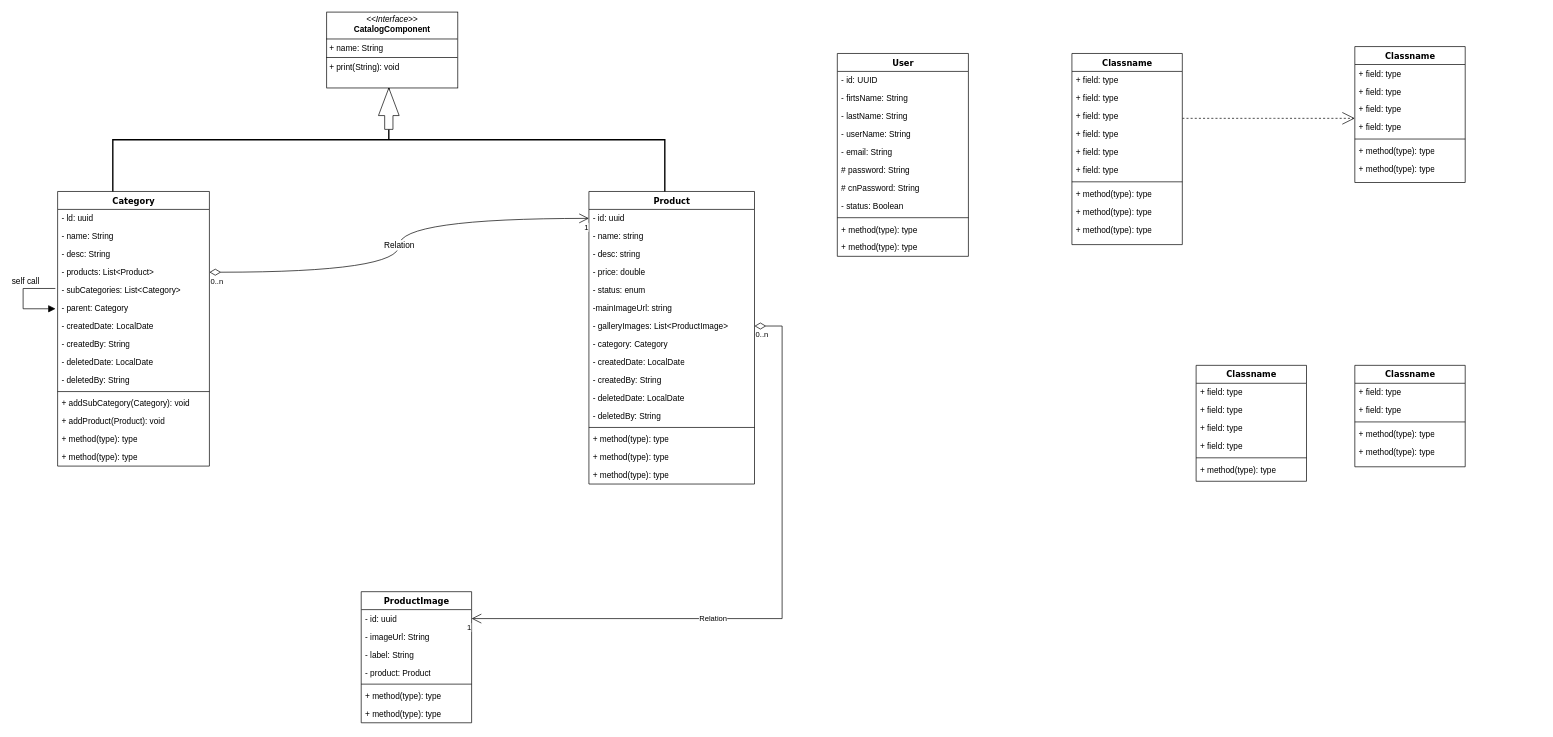
Before: ecom.drawio in fardeenhsiddiqui/design-pattern, a draw.io diagram. Source tidied: cells renumbered, new cells numbered last; positions are measured from the earlier drawing's top-left corner, leaving out a move shared by most shapes. Both pictures are drawn from the tidied source at 69%, with x=0, y=0 at pixel (23, 12).
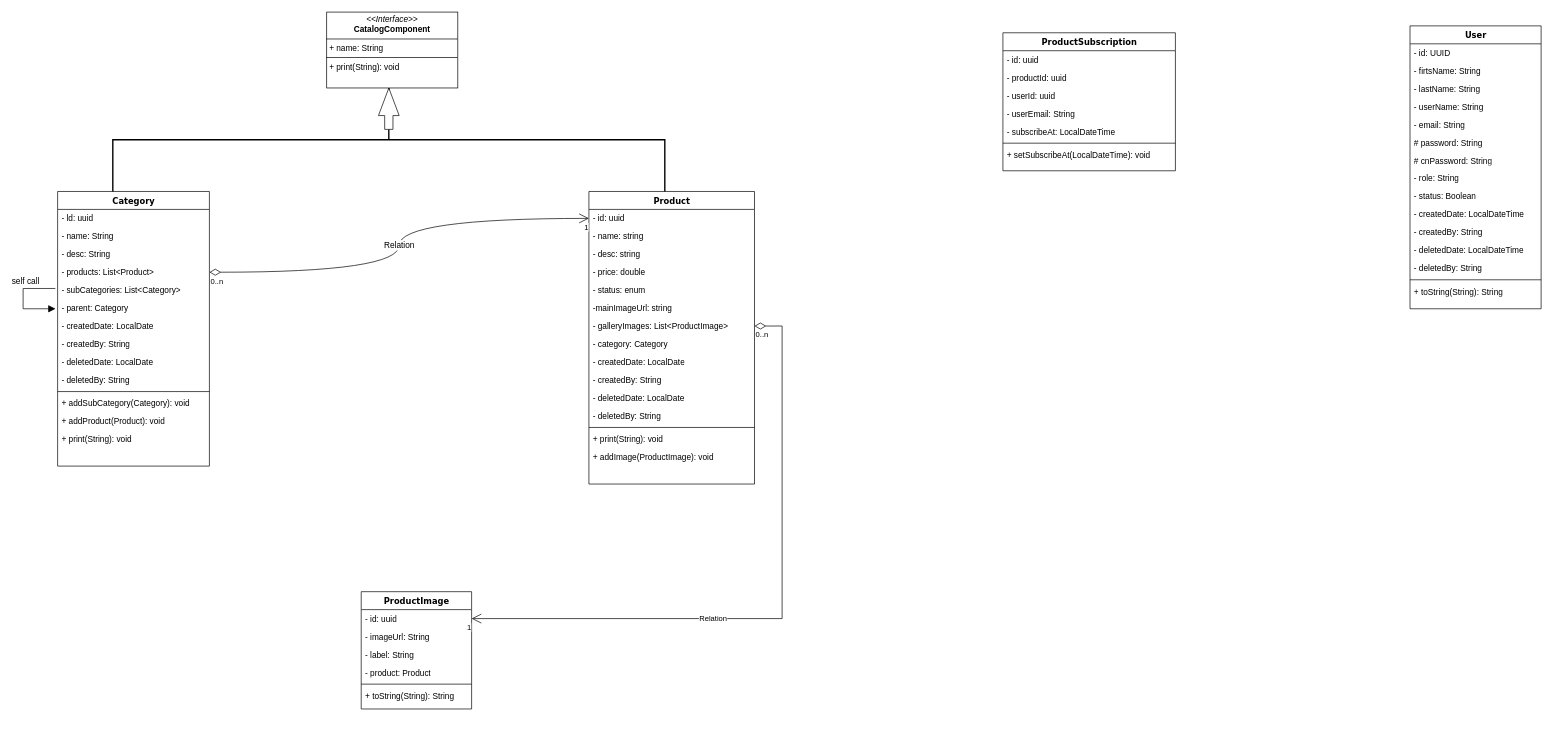
After the change.

Unchanged cells that the change refers to:
```xml
<mxCell id="34" value="Product" style="swimlane;html=1;fontStyle=1;align=center;verticalAlign=top;horizontal=1;startSize=26;swimlaneFillColor=#ffffff;rounded=0;shadow=0;comic=0;labelBackgroundColor=none;strokeWidth=1;fillColor=none;fontFamily=Verdana;fontSize=12;" parent="1" vertex="1">
  <mxGeometry x="820" y="260" width="240" height="424" as="geometry" />
</mxCell>
<mxCell id="51" value="Category" style="swimlane;html=1;fontStyle=1;align=center;verticalAlign=top;horizontal=1;startSize=26;swimlaneFillColor=#ffffff;rounded=0;shadow=0;comic=0;labelBackgroundColor=none;strokeWidth=1;fillColor=none;fontFamily=Verdana;fontSize=12;" parent="1" vertex="1">
  <mxGeometry x="50" y="260" width="220" height="398" as="geometry" />
</mxCell>
```

Change to the diagram source:
```diff
@@
     <mxCell id="2" value="User" style="swimlane;html=1;fontStyle=1;align=center;verticalAlign=top;horizontal=1;startSize=26;swimlaneFillColor=#ffffff;rounded=0;shadow=0;comic=0;labelBackgroundColor=none;strokeWidth=1;fillColor=none;fontFamily=Verdana;fontSize=12;" parent="1" vertex="1">
-      <mxGeometry x="1180" y="60" width="190" height="294" as="geometry" />
+      <mxGeometry x="2010" y="20" width="190" height="410" as="geometry" />
     </mxCell>
@@
+    <mxCell id="98" value="- role: String" style="text;html=1;strokeColor=none;fillColor=none;align=left;verticalAlign=top;spacingLeft=4;spacingRight=4;whiteSpace=wrap;overflow=hidden;" parent="2" vertex="1">
+      <mxGeometry y="208" width="190" height="26" as="geometry" />
+    </mxCell>
     <mxCell id="10" value="- status: Boolean" style="text;html=1;strokeColor=none;fillColor=none;align=left;verticalAlign=top;spacingLeft=4;spacingRight=4;whiteSpace=wrap;overflow=hidden;" parent="2" vertex="1">
-      <mxGeometry y="208" width="190" height="26" as="geometry" />
+      <mxGeometry y="234" width="190" height="26" as="geometry" />
     </mxCell>
+    <mxCell id="99" value="- createdDate: LocalDateTime" style="text;html=1;strokeColor=none;fillColor=none;align=left;verticalAlign=top;spacingLeft=4;spacingRight=4;whiteSpace=wrap;overflow=hidden;" parent="2" vertex="1">
+      <mxGeometry y="260" width="190" height="26" as="geometry" />
+    </mxCell>
+    <mxCell id="100" value="- createdBy: String" style="text;html=1;strokeColor=none;fillColor=none;align=left;verticalAlign=top;spacingLeft=4;spacingRight=4;whiteSpace=wrap;overflow=hidden;" parent="2" vertex="1">
+      <mxGeometry y="286" width="190" height="26" as="geometry" />
+    </mxCell>
+    <mxCell id="101" value="- deletedDate: LocalDateTime" style="text;html=1;strokeColor=none;fillColor=none;align=left;verticalAlign=top;spacingLeft=4;spacingRight=4;whiteSpace=wrap;overflow=hidden;" parent="2" vertex="1">
+      <mxGeometry y="312" width="190" height="26" as="geometry" />
+    </mxCell>
+    <mxCell id="102" value="- deletedBy: String" style="text;html=1;strokeColor=none;fillColor=none;align=left;verticalAlign=top;spacingLeft=4;spacingRight=4;whiteSpace=wrap;overflow=hidden;" parent="2" vertex="1">
+      <mxGeometry y="338" width="190" height="26" as="geometry" />
+    </mxCell>
     <mxCell id="11" style="line;html=1;strokeWidth=1;fillColor=none;align=left;verticalAlign=middle;spacingTop=-1;spacingLeft=3;spacingRight=3;labelPosition=right;" parent="2" vertex="1">
-      <mxGeometry y="234" width="190" height="8" as="geometry" />
+      <mxGeometry y="364" width="190" height="8" as="geometry" />
     </mxCell>
-    <mxCell id="12" value="+ method(type): type" style="text;html=1;strokeColor=none;fillColor=none;align=left;verticalAlign=top;spacingLeft=4;spacingRight=4;whiteSpace=wrap;overflow=hidden;" parent="2" vertex="1">
-      <mxGeometry y="242" width="190" height="26" as="geometry" />
+    <mxCell id="12" value="+ toString(String): String" style="text;html=1;strokeColor=none;fillColor=none;align=left;verticalAlign=top;spacingLeft=4;spacingRight=4;whiteSpace=wrap;overflow=hidden;" parent="2" vertex="1">
+      <mxGeometry y="372" width="190" height="26" as="geometry" />
     </mxCell>
-    <mxCell id="13" value="+ method(type): type" style="text;html=1;strokeColor=none;fillColor=none;align=left;verticalAlign=top;spacingLeft=4;spacingRight=4;whiteSpace=wrap;overflow=hidden;" parent="2" vertex="1">
-      <mxGeometry y="268" width="190" height="26" as="geometry" />
-    </mxCell>
-    <mxCell id="14" style="edgeStyle=elbowEdgeStyle;html=1;labelBackgroundColor=none;startFill=0;startSize=8;endArrow=open;endFill=0;endSize=16;fontFamily=Verdana;fontSize=12;elbow=vertical;dashed=1;" parent="1" edge="1" source="15" target="26">
-      <mxGeometry relative="1" as="geometry" />
-    </mxCell>
-    <mxCell id="15" value="Classname" style="swimlane;html=1;fontStyle=1;align=center;verticalAlign=top;horizontal=1;startSize=26;swimlaneFillColor=#ffffff;rounded=0;shadow=0;comic=0;labelBackgroundColor=none;strokeWidth=1;fillColor=none;fontFamily=Verdana;fontSize=12;" parent="1" vertex="1">
-      <mxGeometry x="1520" y="60" width="160" height="277" as="geometry" />
-    </mxCell>
-    <mxCell id="16" value="+ field: type" style="text;html=1;strokeColor=none;fillColor=none;align=left;verticalAlign=top;spacingLeft=4;spacingRight=4;whiteSpace=wrap;overflow=hidden;" parent="15" vertex="1">
-      <mxGeometry y="26" width="160" height="26" as="geometry" />
-    </mxCell>
-    <mxCell id="17" value="+ field: type" style="text;html=1;strokeColor=none;fillColor=none;align=left;verticalAlign=top;spacingLeft=4;spacingRight=4;whiteSpace=wrap;overflow=hidden;" parent="15" vertex="1">
-      <mxGeometry y="52" width="160" height="26" as="geometry" />
-    </mxCell>
-    <mxCell id="18" value="+ field: type" style="text;html=1;strokeColor=none;fillColor=none;align=left;verticalAlign=top;spacingLeft=4;spacingRight=4;whiteSpace=wrap;overflow=hidden;" parent="15" vertex="1">
-      <mxGeometry y="78" width="160" height="26" as="geometry" />
-    </mxCell>
-    <mxCell id="19" value="+ field: type" style="text;html=1;strokeColor=none;fillColor=none;align=left;verticalAlign=top;spacingLeft=4;spacingRight=4;whiteSpace=wrap;overflow=hidden;" parent="15" vertex="1">
-      <mxGeometry y="104" width="160" height="26" as="geometry" />
-    </mxCell>
-    <mxCell id="20" value="+ field: type" style="text;html=1;strokeColor=none;fillColor=none;align=left;verticalAlign=top;spacingLeft=4;spacingRight=4;whiteSpace=wrap;overflow=hidden;" parent="15" vertex="1">
-      <mxGeometry y="130" width="160" height="26" as="geometry" />
-    </mxCell>
-    <mxCell id="21" value="+ field: type" style="text;html=1;strokeColor=none;fillColor=none;align=left;verticalAlign=top;spacingLeft=4;spacingRight=4;whiteSpace=wrap;overflow=hidden;" parent="15" vertex="1">
-      <mxGeometry y="156" width="160" height="26" as="geometry" />
-    </mxCell>
-    <mxCell id="22" style="line;html=1;strokeWidth=1;fillColor=none;align=left;verticalAlign=middle;spacingTop=-1;spacingLeft=3;spacingRight=3;labelPosition=right;" parent="15" vertex="1">
-      <mxGeometry y="182" width="160" height="8" as="geometry" />
-    </mxCell>
-    <mxCell id="23" value="+ method(type): type" style="text;html=1;strokeColor=none;fillColor=none;align=left;verticalAlign=top;spacingLeft=4;spacingRight=4;whiteSpace=wrap;overflow=hidden;" parent="15" vertex="1">
-      <mxGeometry y="190" width="160" height="26" as="geometry" />
-    </mxCell>
-    <mxCell id="24" value="+ method(type): type" style="text;html=1;strokeColor=none;fillColor=none;align=left;verticalAlign=top;spacingLeft=4;spacingRight=4;whiteSpace=wrap;overflow=hidden;" parent="15" vertex="1">
-      <mxGeometry y="216" width="160" height="26" as="geometry" />
-    </mxCell>
-    <mxCell id="25" value="+ method(type): type" style="text;html=1;strokeColor=none;fillColor=none;align=left;verticalAlign=top;spacingLeft=4;spacingRight=4;whiteSpace=wrap;overflow=hidden;" parent="15" vertex="1">
-      <mxGeometry y="242" width="160" height="26" as="geometry" />
-    </mxCell>
-    <mxCell id="26" value="Classname" style="swimlane;html=1;fontStyle=1;align=center;verticalAlign=top;horizontal=1;startSize=26;swimlaneFillColor=#ffffff;rounded=0;shadow=0;comic=0;labelBackgroundColor=none;strokeWidth=1;fillColor=none;fontFamily=Verdana;fontSize=12;" parent="1" vertex="1">
-      <mxGeometry x="1930" y="50" width="160" height="197" as="geometry" />
-    </mxCell>
-    <mxCell id="27" value="+ field: type" style="text;html=1;strokeColor=none;fillColor=none;align=left;verticalAlign=top;spacingLeft=4;spacingRight=4;whiteSpace=wrap;overflow=hidden;" parent="26" vertex="1">
-      <mxGeometry y="26" width="160" height="26" as="geometry" />
-    </mxCell>
-    <mxCell id="28" value="+ field: type" style="text;html=1;strokeColor=none;fillColor=none;align=left;verticalAlign=top;spacingLeft=4;spacingRight=4;whiteSpace=wrap;overflow=hidden;" parent="26" vertex="1">
-      <mxGeometry y="52" width="160" height="26" as="geometry" />
-    </mxCell>
-    <mxCell id="29" value="+ field: type" style="text;html=1;strokeColor=none;fillColor=none;align=left;verticalAlign=top;spacingLeft=4;spacingRight=4;whiteSpace=wrap;overflow=hidden;" parent="26" vertex="1">
-      <mxGeometry y="78" width="160" height="26" as="geometry" />
-    </mxCell>
-    <mxCell id="30" value="+ field: type" style="text;html=1;strokeColor=none;fillColor=none;align=left;verticalAlign=top;spacingLeft=4;spacingRight=4;whiteSpace=wrap;overflow=hidden;" parent="26" vertex="1">
-      <mxGeometry y="104" width="160" height="26" as="geometry" />
-    </mxCell>
-    <mxCell id="31" style="line;html=1;strokeWidth=1;fillColor=none;align=left;verticalAlign=middle;spacingTop=-1;spacingLeft=3;spacingRight=3;labelPosition=right;" parent="26" vertex="1">
-      <mxGeometry y="130" width="160" height="8" as="geometry" />
-    </mxCell>
-    <mxCell id="32" value="+ method(type): type" style="text;html=1;strokeColor=none;fillColor=none;align=left;verticalAlign=top;spacingLeft=4;spacingRight=4;whiteSpace=wrap;overflow=hidden;" parent="26" vertex="1">
-      <mxGeometry y="138" width="160" height="26" as="geometry" />
-    </mxCell>
-    <mxCell id="33" value="+ method(type): type" style="text;html=1;strokeColor=none;fillColor=none;align=left;verticalAlign=top;spacingLeft=4;spacingRight=4;whiteSpace=wrap;overflow=hidden;" parent="26" vertex="1">
-      <mxGeometry y="164" width="160" height="26" as="geometry" />
-    </mxCell>
@@
-    <mxCell id="48" value="+ method(type): type" style="text;html=1;strokeColor=none;fillColor=none;align=left;verticalAlign=top;spacingLeft=4;spacingRight=4;whiteSpace=wrap;overflow=hidden;" parent="34" vertex="1">
+    <mxCell id="48" value="+ print(String): void" style="text;html=1;strokeColor=none;fillColor=none;align=left;verticalAlign=top;spacingLeft=4;spacingRight=4;whiteSpace=wrap;overflow=hidden;" parent="34" vertex="1">
       <mxGeometry y="346" width="240" height="26" as="geometry" />
     </mxCell>
-    <mxCell id="49" value="+ method(type): type" style="text;html=1;strokeColor=none;fillColor=none;align=left;verticalAlign=top;spacingLeft=4;spacingRight=4;whiteSpace=wrap;overflow=hidden;" parent="34" vertex="1">
+    <mxCell id="49" value="+ addImage&lt;span style=&quot;background-color: transparent; color: light-dark(rgb(0, 0, 0), rgb(255, 255, 255));&quot;&gt;(ProductImage): void&lt;/span&gt;" style="text;html=1;strokeColor=none;fillColor=none;align=left;verticalAlign=top;spacingLeft=4;spacingRight=4;whiteSpace=wrap;overflow=hidden;" parent="34" vertex="1">
       <mxGeometry y="372" width="240" height="26" as="geometry" />
     </mxCell>
-    <mxCell id="50" value="+ method(type): type" style="text;html=1;strokeColor=none;fillColor=none;align=left;verticalAlign=top;spacingLeft=4;spacingRight=4;whiteSpace=wrap;overflow=hidden;" parent="34" vertex="1">
-      <mxGeometry y="398" width="240" height="26" as="geometry" />
-    </mxCell>
+    <mxCell id="103" style="text;html=1;strokeColor=none;fillColor=none;align=left;verticalAlign=top;spacingLeft=4;spacingRight=4;whiteSpace=wrap;overflow=hidden;" parent="34" vertex="1">
+      <mxGeometry y="398" width="240" height="26" as="geometry" />
+    </mxCell>
@@
-    <mxCell id="65" value="+ method(type): type" style="text;html=1;strokeColor=none;fillColor=none;align=left;verticalAlign=top;spacingLeft=4;spacingRight=4;whiteSpace=wrap;overflow=hidden;" parent="51" vertex="1">
+    <mxCell id="65" value="+ print(String): void" style="text;html=1;strokeColor=none;fillColor=none;align=left;verticalAlign=top;spacingLeft=4;spacingRight=4;whiteSpace=wrap;overflow=hidden;" parent="51" vertex="1">
       <mxGeometry y="346" width="220" height="26" as="geometry" />
     </mxCell>
-    <mxCell id="66" value="+ method(type): type" style="text;html=1;strokeColor=none;fillColor=none;align=left;verticalAlign=top;spacingLeft=4;spacingRight=4;whiteSpace=wrap;overflow=hidden;" parent="51" vertex="1">
-      <mxGeometry y="372" width="220" height="26" as="geometry" />
-    </mxCell>
     <mxCell id="67" value="ProductImage" style="swimlane;html=1;fontStyle=1;align=center;verticalAlign=top;horizontal=1;startSize=26;swimlaneFillColor=#ffffff;rounded=0;shadow=0;comic=0;labelBackgroundColor=none;strokeWidth=1;fillColor=none;fontFamily=Verdana;fontSize=12;" parent="1" vertex="1">
-      <mxGeometry x="490" y="840" width="160" height="190" as="geometry" />
+      <mxGeometry x="490" y="840" width="160" height="170" as="geometry" />
     </mxCell>
@@
-    <mxCell id="73" value="+ method(type): type" style="text;html=1;strokeColor=none;fillColor=none;align=left;verticalAlign=top;spacingLeft=4;spacingRight=4;whiteSpace=wrap;overflow=hidden;" parent="67" vertex="1">
+    <mxCell id="73" value="+ toString(String): String" style="text;html=1;strokeColor=none;fillColor=none;align=left;verticalAlign=top;spacingLeft=4;spacingRight=4;whiteSpace=wrap;overflow=hidden;" parent="67" vertex="1">
       <mxGeometry y="138" width="160" height="26" as="geometry" />
     </mxCell>
-    <mxCell id="74" value="+ method(type): type" style="text;html=1;strokeColor=none;fillColor=none;align=left;verticalAlign=top;spacingLeft=4;spacingRight=4;whiteSpace=wrap;overflow=hidden;" parent="67" vertex="1">
-      <mxGeometry y="164" width="160" height="26" as="geometry" />
-    </mxCell>
-    <mxCell id="75" value="Classname" style="swimlane;html=1;fontStyle=1;align=center;verticalAlign=top;horizontal=1;startSize=26;swimlaneFillColor=#ffffff;rounded=0;shadow=0;comic=0;labelBackgroundColor=none;strokeWidth=1;fillColor=none;fontFamily=Verdana;fontSize=12;" parent="1" vertex="1">
-      <mxGeometry x="1700" y="512" width="160" height="168" as="geometry" />
-    </mxCell>
-    <mxCell id="76" value="+ field: type" style="text;html=1;strokeColor=none;fillColor=none;align=left;verticalAlign=top;spacingLeft=4;spacingRight=4;whiteSpace=wrap;overflow=hidden;" parent="75" vertex="1">
-      <mxGeometry y="26" width="160" height="26" as="geometry" />
-    </mxCell>
-    <mxCell id="77" value="+ field: type" style="text;html=1;strokeColor=none;fillColor=none;align=left;verticalAlign=top;spacingLeft=4;spacingRight=4;whiteSpace=wrap;overflow=hidden;" parent="75" vertex="1">
-      <mxGeometry y="52" width="160" height="26" as="geometry" />
-    </mxCell>
-    <mxCell id="78" value="+ field: type" style="text;html=1;strokeColor=none;fillColor=none;align=left;verticalAlign=top;spacingLeft=4;spacingRight=4;whiteSpace=wrap;overflow=hidden;" parent="75" vertex="1">
-      <mxGeometry y="78" width="160" height="26" as="geometry" />
-    </mxCell>
-    <mxCell id="79" value="+ field: type" style="text;html=1;strokeColor=none;fillColor=none;align=left;verticalAlign=top;spacingLeft=4;spacingRight=4;whiteSpace=wrap;overflow=hidden;" parent="75" vertex="1">
-      <mxGeometry y="104" width="160" height="26" as="geometry" />
-    </mxCell>
-    <mxCell id="80" style="line;html=1;strokeWidth=1;fillColor=none;align=left;verticalAlign=middle;spacingTop=-1;spacingLeft=3;spacingRight=3;labelPosition=right;" parent="75" vertex="1">
-      <mxGeometry y="130" width="160" height="8" as="geometry" />
-    </mxCell>
-    <mxCell id="81" value="+ method(type): type" style="text;html=1;strokeColor=none;fillColor=none;align=left;verticalAlign=top;spacingLeft=4;spacingRight=4;whiteSpace=wrap;overflow=hidden;" parent="75" vertex="1">
-      <mxGeometry y="138" width="160" height="26" as="geometry" />
-    </mxCell>
-    <mxCell id="82" value="Classname" style="swimlane;html=1;fontStyle=1;align=center;verticalAlign=top;horizontal=1;startSize=26;swimlaneFillColor=#ffffff;rounded=0;shadow=0;comic=0;labelBackgroundColor=none;strokeWidth=1;fillColor=none;fontFamily=Verdana;fontSize=12;" parent="1" vertex="1">
-      <mxGeometry x="1930" y="512" width="160" height="147" as="geometry" />
+    <mxCell id="82" value="ProductSubscription" style="swimlane;html=1;fontStyle=1;align=center;verticalAlign=top;horizontal=1;startSize=26;swimlaneFillColor=#ffffff;rounded=0;shadow=0;comic=0;labelBackgroundColor=none;strokeWidth=1;fillColor=none;fontFamily=Verdana;fontSize=12;" parent="1" vertex="1">
+      <mxGeometry x="1420" y="30" width="250" height="200" as="geometry" />
     </mxCell>
-    <mxCell id="83" value="+ field: type" style="text;html=1;strokeColor=none;fillColor=none;align=left;verticalAlign=top;spacingLeft=4;spacingRight=4;whiteSpace=wrap;overflow=hidden;" parent="82" vertex="1">
-      <mxGeometry y="26" width="160" height="26" as="geometry" />
+    <mxCell id="83" value="- id: uuid" style="text;html=1;strokeColor=none;fillColor=none;align=left;verticalAlign=top;spacingLeft=4;spacingRight=4;whiteSpace=wrap;overflow=hidden;" parent="82" vertex="1">
+      <mxGeometry y="26" width="250" height="26" as="geometry" />
     </mxCell>
-    <mxCell id="84" value="+ field: type" style="text;html=1;strokeColor=none;fillColor=none;align=left;verticalAlign=top;spacingLeft=4;spacingRight=4;whiteSpace=wrap;overflow=hidden;" parent="82" vertex="1">
-      <mxGeometry y="52" width="160" height="26" as="geometry" />
+    <mxCell id="84" value="- productId: uuid" style="text;html=1;strokeColor=none;fillColor=none;align=left;verticalAlign=top;spacingLeft=4;spacingRight=4;whiteSpace=wrap;overflow=hidden;" parent="82" vertex="1">
+      <mxGeometry y="52" width="250" height="26" as="geometry" />
     </mxCell>
+    <mxCell id="104" value="- userId: uuid" style="text;html=1;strokeColor=none;fillColor=none;align=left;verticalAlign=top;spacingLeft=4;spacingRight=4;whiteSpace=wrap;overflow=hidden;" parent="82" vertex="1">
+      <mxGeometry y="78" width="250" height="26" as="geometry" />
+    </mxCell>
+    <mxCell id="105" value="- userEmail: String" style="text;html=1;strokeColor=none;fillColor=none;align=left;verticalAlign=top;spacingLeft=4;spacingRight=4;whiteSpace=wrap;overflow=hidden;" parent="82" vertex="1">
+      <mxGeometry y="104" width="250" height="26" as="geometry" />
+    </mxCell>
+    <mxCell id="106" value="- subscribeAt: LocalDateTime" style="text;html=1;strokeColor=none;fillColor=none;align=left;verticalAlign=top;spacingLeft=4;spacingRight=4;whiteSpace=wrap;overflow=hidden;" parent="82" vertex="1">
+      <mxGeometry y="130" width="250" height="26" as="geometry" />
+    </mxCell>
     <mxCell id="85" style="line;html=1;strokeWidth=1;fillColor=none;align=left;verticalAlign=middle;spacingTop=-1;spacingLeft=3;spacingRight=3;labelPosition=right;" parent="82" vertex="1">
-      <mxGeometry y="78" width="160" height="8" as="geometry" />
+      <mxGeometry y="156" width="250" height="8" as="geometry" />
     </mxCell>
-    <mxCell id="86" value="+ method(type): type" style="text;html=1;strokeColor=none;fillColor=none;align=left;verticalAlign=top;spacingLeft=4;spacingRight=4;whiteSpace=wrap;overflow=hidden;" parent="82" vertex="1">
-      <mxGeometry y="86" width="160" height="26" as="geometry" />
+    <mxCell id="86" value="+ setSubscribeAt(LocalDateTime): void" style="text;html=1;strokeColor=none;fillColor=none;align=left;verticalAlign=top;spacingLeft=4;spacingRight=4;whiteSpace=wrap;overflow=hidden;" parent="82" vertex="1">
+      <mxGeometry y="164" width="250" height="32" as="geometry" />
     </mxCell>
-    <mxCell id="87" value="+ method(type): type" style="text;html=1;strokeColor=none;fillColor=none;align=left;verticalAlign=top;spacingLeft=4;spacingRight=4;whiteSpace=wrap;overflow=hidden;" parent="82" vertex="1">
-      <mxGeometry y="112" width="160" height="26" as="geometry" />
-    </mxCell>
```
